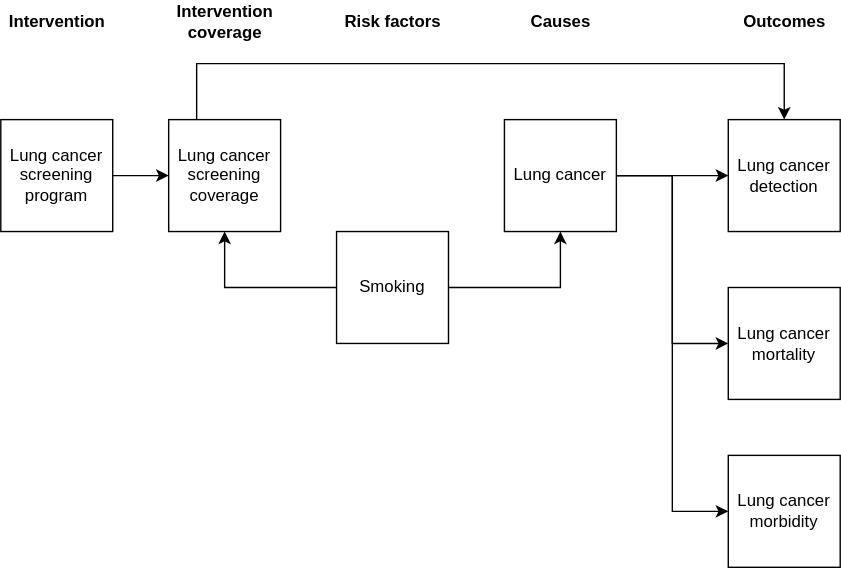
ihmeuw/vivarium_research keeps this draw.io diagram as docs/source/concept_models/vivarium_swissre_lungcancer/concept_model_diagram.svg. Above is the earlier version. Source tidied: cells renumbered, new cells last; positions are measured from the earlier drawing's top-left corner, leaving out a move shared by most shapes.
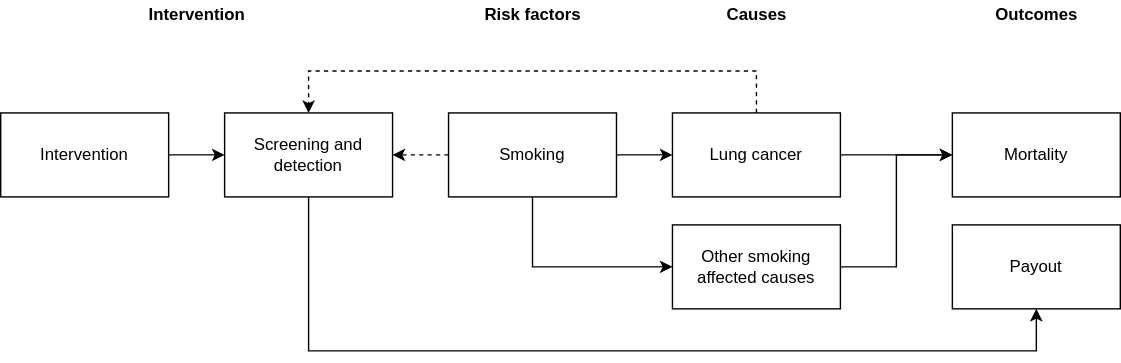
The same file after the commit.

Commit message:
update to reflect smoking affected causes

What changed in the source:
```diff
@@ -2,68 +2,74 @@
   <root>
     <mxCell id="0" />
     <mxCell id="1" parent="0" />
-    <mxCell id="2" style="edgeStyle=orthogonalEdgeStyle;rounded=0;jettySize=auto;html=1;exitX=1;exitY=0.5;exitDx=0;exitDy=0;" parent="1" edge="1" source="3" target="5">
-      <mxGeometry relative="1" as="geometry" />
-    </mxCell>
-    <mxCell id="3" value="Lung cancer screening program" style="whiteSpace=wrap;html=1;" parent="1" vertex="1">
-      <mxGeometry y="85" width="80" height="80" as="geometry" />
-    </mxCell>
-    <mxCell id="4" style="edgeStyle=orthogonalEdgeStyle;rounded=0;jettySize=auto;html=1;exitX=0.5;exitY=0;exitDx=0;exitDy=0;entryX=0.5;entryY=0;entryDx=0;entryDy=0;" parent="1" edge="1" source="5" target="13">
-      <mxGeometry relative="1" as="geometry">
-        <Array as="points">
-          <mxPoint x="140" y="85" />
-          <mxPoint x="140" y="45" />
-          <mxPoint x="560" y="45" />
-        </Array>
-      </mxGeometry>
-    </mxCell>
-    <mxCell id="5" value="Lung cancer screening coverage" style="whiteSpace=wrap;html=1;" parent="1" vertex="1">
-      <mxGeometry x="120" y="85" width="80" height="80" as="geometry" />
-    </mxCell>
-    <mxCell id="6" style="edgeStyle=orthogonalEdgeStyle;rounded=0;jettySize=auto;html=1;exitX=0;exitY=0.5;exitDx=0;exitDy=0;entryX=0.5;entryY=1;entryDx=0;entryDy=0;" parent="1" edge="1" source="8" target="5">
-      <mxGeometry relative="1" as="geometry" />
-    </mxCell>
+    <mxCell id="21" style="edgeStyle=orthogonalEdgeStyle;rounded=0;jettySize=auto;html=1;exitX=1;exitY=0.5;exitDx=0;exitDy=0;entryX=0;entryY=0.5;entryDx=0;entryDy=0;" parent="1" edge="1" source="22" target="24">
+      <mxGeometry relative="1" as="geometry" />
+    </mxCell>
+    <mxCell id="22" value="Intervention" style="rounded=0;whiteSpace=wrap;html=1;" parent="1" vertex="1">
+      <mxGeometry y="-75" width="120" height="60" as="geometry" />
+    </mxCell>
+    <mxCell id="23" style="edgeStyle=orthogonalEdgeStyle;rounded=0;jettySize=auto;html=1;exitX=0.5;exitY=1;exitDx=0;exitDy=0;entryX=0.5;entryY=1;entryDx=0;entryDy=0;" parent="1" edge="1" source="24" target="32">
+      <mxGeometry relative="1" as="geometry">
+        <Array as="points">
+          <mxPoint x="220" y="95" />
+          <mxPoint x="740" y="95" />
+        </Array>
+      </mxGeometry>
+    </mxCell>
+    <mxCell id="24" value="Screening and detection" style="rounded=0;whiteSpace=wrap;html=1;" parent="1" vertex="1">
+      <mxGeometry x="160" y="-75" width="120" height="60" as="geometry" />
+    </mxCell>
-    <mxCell id="7" style="edgeStyle=orthogonalEdgeStyle;rounded=0;jettySize=auto;html=1;exitX=1;exitY=0.5;exitDx=0;exitDy=0;entryX=0.5;entryY=1;entryDx=0;entryDy=0;" parent="1" edge="1" source="8" target="12">
+    <mxCell id="7" style="edgeStyle=orthogonalEdgeStyle;rounded=0;jettySize=auto;html=1;exitX=1;exitY=0.5;exitDx=0;exitDy=0;entryX=0;entryY=0.5;entryDx=0;entryDy=0;" parent="1" edge="1" source="8" target="12">
       <mxGeometry relative="1" as="geometry" />
     </mxCell>
+    <mxCell id="25" style="edgeStyle=orthogonalEdgeStyle;rounded=0;jettySize=auto;html=1;exitX=0.5;exitY=1;exitDx=0;exitDy=0;entryX=0;entryY=0.5;entryDx=0;entryDy=0;" parent="1" edge="1" source="8" target="30">
+      <mxGeometry relative="1" as="geometry" />
+    </mxCell>
+    <mxCell id="26" style="edgeStyle=orthogonalEdgeStyle;rounded=0;jettySize=auto;html=1;exitX=0;exitY=0.5;exitDx=0;exitDy=0;dashed=1;" parent="1" edge="1" source="8" target="24">
+      <mxGeometry relative="1" as="geometry" />
+    </mxCell>
-    <mxCell id="8" value="Smoking" style="whiteSpace=wrap;html=1;" parent="1" vertex="1">
-      <mxGeometry x="240" y="165" width="80" height="80" as="geometry" />
+    <mxCell id="8" value="Smoking" style="rounded=0;whiteSpace=wrap;html=1;" parent="1" vertex="1">
+      <mxGeometry x="320" y="-75" width="120" height="60" as="geometry" />
     </mxCell>
-    <mxCell id="9" style="edgeStyle=orthogonalEdgeStyle;rounded=0;jettySize=auto;html=1;exitX=1;exitY=0.5;exitDx=0;exitDy=0;" parent="1" edge="1" source="12" target="13">
-      <mxGeometry relative="1" as="geometry" />
-    </mxCell>
-    <mxCell id="10" style="edgeStyle=orthogonalEdgeStyle;rounded=0;jettySize=auto;html=1;entryX=0;entryY=0.5;entryDx=0;entryDy=0;" parent="1" edge="1" source="12" target="19">
-      <mxGeometry relative="1" as="geometry" />
-    </mxCell>
-    <mxCell id="11" style="edgeStyle=orthogonalEdgeStyle;rounded=0;jettySize=auto;html=1;exitX=1;exitY=0.5;exitDx=0;exitDy=0;entryX=0;entryY=0.5;entryDx=0;entryDy=0;" parent="1" edge="1" source="12" target="20">
-      <mxGeometry relative="1" as="geometry" />
-    </mxCell>
+    <mxCell id="27" style="edgeStyle=orthogonalEdgeStyle;rounded=0;jettySize=auto;html=1;exitX=1;exitY=0.5;exitDx=0;exitDy=0;entryX=0;entryY=0.5;entryDx=0;entryDy=0;" parent="1" edge="1" source="12" target="31">
+      <mxGeometry relative="1" as="geometry" />
+    </mxCell>
+    <mxCell id="28" style="edgeStyle=orthogonalEdgeStyle;rounded=0;jettySize=auto;html=1;exitX=0.5;exitY=0;exitDx=0;exitDy=0;dashed=1;" parent="1" edge="1" source="12">
+      <mxGeometry relative="1" as="geometry">
+        <mxPoint x="220" y="-75" as="targetPoint" />
+        <Array as="points">
+          <mxPoint x="540" y="-105" />
+          <mxPoint x="220" y="-105" />
+          <mxPoint x="220" y="-75" />
+        </Array>
+      </mxGeometry>
+    </mxCell>
-    <mxCell id="12" value="Lung cancer" style="whiteSpace=wrap;html=1;" parent="1" vertex="1">
-      <mxGeometry x="360" y="85" width="80" height="80" as="geometry" />
+    <mxCell id="12" value="Lung cancer" style="rounded=0;whiteSpace=wrap;html=1;" parent="1" vertex="1">
+      <mxGeometry x="480" y="-75" width="120" height="60" as="geometry" />
     </mxCell>
-    <mxCell id="13" value="Lung cancer detection" style="whiteSpace=wrap;html=1;" parent="1" vertex="1">
-      <mxGeometry x="520" y="85" width="80" height="80" as="geometry" />
-    </mxCell>
-    <mxCell id="14" value="&lt;b&gt;Intervention&lt;/b&gt;" style="text;html=1;align=center;verticalAlign=middle;" parent="1" vertex="1">
-      <mxGeometry y="5" width="80" height="20" as="geometry" />
-    </mxCell>
-    <mxCell id="15" value="&lt;b&gt;Intervention&lt;br&gt;coverage&lt;/b&gt;" style="text;html=1;align=center;verticalAlign=middle;" parent="1" vertex="1">
-      <mxGeometry x="120" width="80" height="30" as="geometry" />
-    </mxCell>
-    <mxCell id="16" value="&lt;b&gt;Risk factors&lt;/b&gt;" style="text;html=1;align=center;verticalAlign=middle;" parent="1" vertex="1">
-      <mxGeometry x="240" y="5" width="80" height="20" as="geometry" />
-    </mxCell>
+    <mxCell id="29" style="edgeStyle=orthogonalEdgeStyle;rounded=0;jettySize=auto;html=1;exitX=1;exitY=0.5;exitDx=0;exitDy=0;entryX=0;entryY=0.5;entryDx=0;entryDy=0;" parent="1" edge="1" source="30" target="31">
+      <mxGeometry relative="1" as="geometry" />
+    </mxCell>
+    <mxCell id="30" value="Other smoking affected causes" style="rounded=0;whiteSpace=wrap;html=1;" parent="1" vertex="1">
+      <mxGeometry x="480" y="5" width="120" height="60" as="geometry" />
+    </mxCell>
+    <mxCell id="31" value="Mortality" style="rounded=0;whiteSpace=wrap;html=1;" parent="1" vertex="1">
+      <mxGeometry x="680" y="-75" width="120" height="60" as="geometry" />
+    </mxCell>
+    <mxCell id="32" value="Payout" style="rounded=0;whiteSpace=wrap;html=1;" parent="1" vertex="1">
+      <mxGeometry x="680" y="5" width="120" height="60" as="geometry" />
+    </mxCell>
+    <mxCell id="33" value="Intervention " style="text;html=1;align=center;verticalAlign=middle;fontStyle=1;" parent="1" vertex="1">
+      <mxGeometry x="100" y="-155" width="80" height="20" as="geometry" />
+    </mxCell>
+    <mxCell id="34" value="Risk factors&lt;span style=&quot;color: rgba(0 , 0 , 0 , 0) ; font-family: monospace ; font-size: 0px ; font-weight: 400&quot;&gt;%3CmxGraphModel%3E%3Croot%3E%3CmxCell%20id%3D%220%22%2F%3E%3CmxCell%20id%3D%221%22%20parent%3D%220%22%2F%3E%3CmxCell%20id%3D%222%22%20value%3D%22Intervention%20%26lt%3Bbr%26gt%3Bcoverage%22%20style%3D%22text%3Bhtml%3D1%3Balign%3Dcenter%3BverticalAlign%3Dmiddle%3Bresizable%3D0%3Bpoints%3D%5B%5D%3Bautosize%3D1%3BfontStyle%3D1%22%20vertex%3D%221%22%20parent%3D%221%22%3E%3CmxGeometry%20x%3D%22140%22%20y%3D%2280%22%20width%3D%2280%22%20height%3D%2230%22%20as%3D%22geometry%22%2F%3E%3C%2FmxCell%3E%3C%2Froot%3E%3C%2FmxGraphModel%3E&lt;/span&gt;" style="text;html=1;align=center;verticalAlign=middle;fontStyle=1;" parent="1" vertex="1">
+      <mxGeometry x="340" y="-155" width="80" height="20" as="geometry" />
+    </mxCell>
-    <mxCell id="17" value="&lt;b&gt;Causes&lt;/b&gt;" style="text;html=1;align=center;verticalAlign=middle;" parent="1" vertex="1">
-      <mxGeometry x="370" y="5" width="60" height="20" as="geometry" />
+    <mxCell id="17" value="Causes" style="text;html=1;align=center;verticalAlign=middle;fontStyle=1;" parent="1" vertex="1">
+      <mxGeometry x="510" y="-155" width="60" height="20" as="geometry" />
     </mxCell>
-    <mxCell id="18" value="&lt;b&gt;Outcomes&lt;/b&gt;" style="text;html=1;align=center;verticalAlign=middle;" parent="1" vertex="1">
-      <mxGeometry x="525" y="5" width="70" height="20" as="geometry" />
+    <mxCell id="18" value="Outcomes" style="text;html=1;align=center;verticalAlign=middle;fontStyle=1;" parent="1" vertex="1">
+      <mxGeometry x="705" y="-155" width="70" height="20" as="geometry" />
     </mxCell>
-    <mxCell id="19" value="Lung cancer mortality" style="whiteSpace=wrap;html=1;" parent="1" vertex="1">
-      <mxGeometry x="520" y="205" width="80" height="80" as="geometry" />
-    </mxCell>
-    <mxCell id="20" value="Lung cancer morbidity" style="whiteSpace=wrap;html=1;" parent="1" vertex="1">
-      <mxGeometry x="520" y="325" width="80" height="80" as="geometry" />
-    </mxCell>
   </root>
 </mxGraphModel>
```
